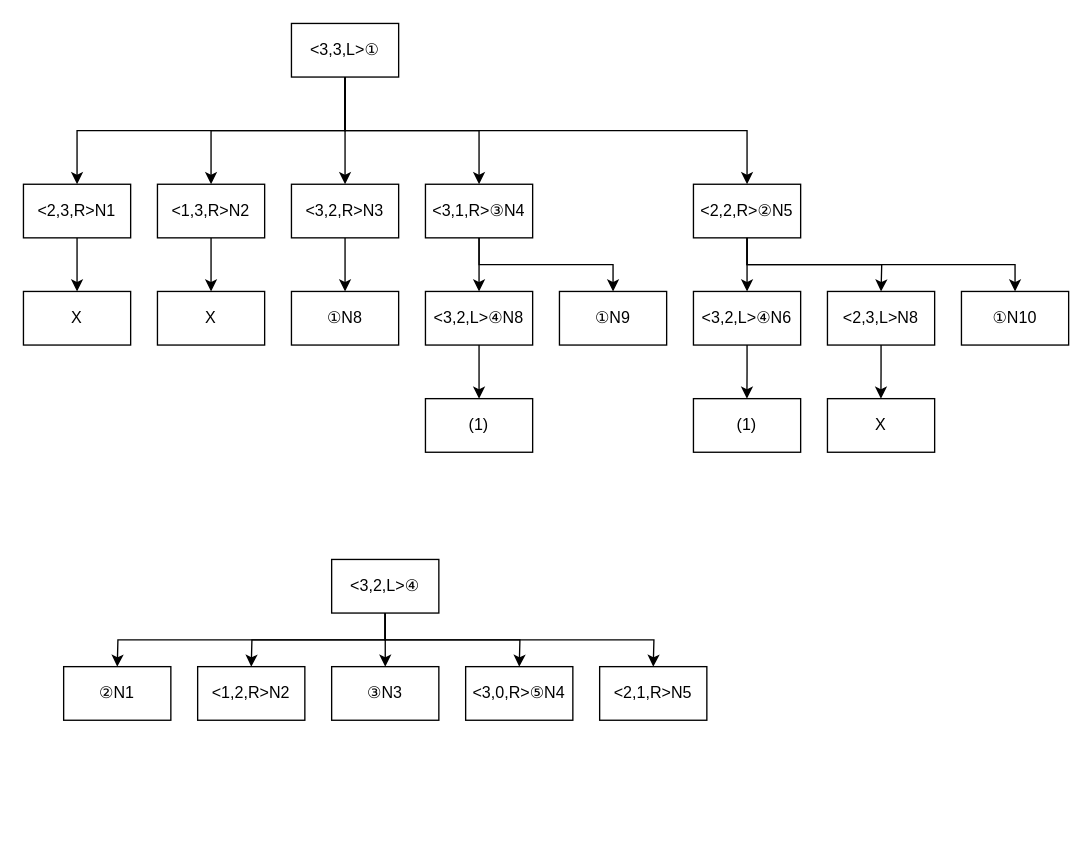
Above: ninchiMCproblemTree.drawio in shgnaka/PokemonZA (draw.io), before the change. Source tidied: cells renumbered, new cells numbered last; positions are measured from the earlier drawing's top-left corner, leaving out a move shared by most shapes. Both pictures are drawn from the tidied source at 134%, with x=0, y=0 at pixel (23, 23).
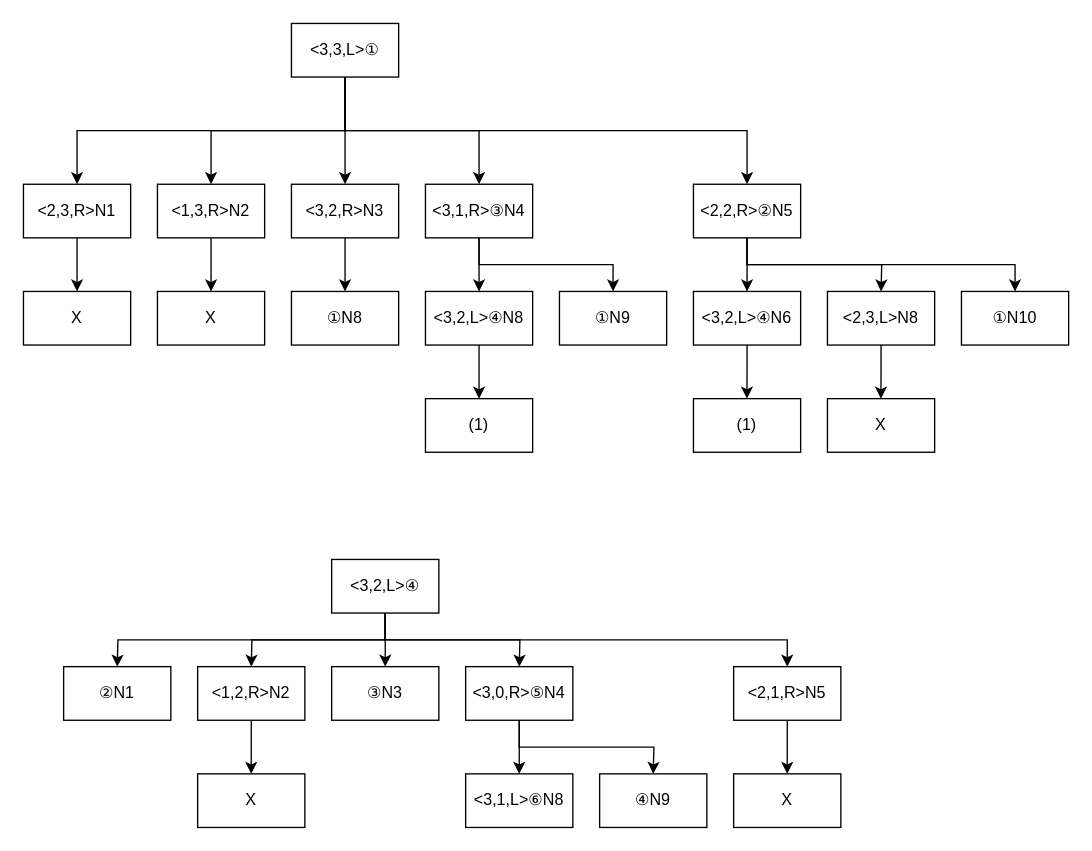
The same diagram, later.

Commit message:
MC問題樹形図第5層完了

Unchanged cells that the change refers to:
```xml
<mxCell id="40" value="&amp;lt;3,2,L&amp;gt;④" style="whiteSpace=wrap;html=1;" parent="1" vertex="1">
  <mxGeometry x="230" y="400" width="80" height="40" as="geometry" />
</mxCell>
<mxCell id="42" value="&amp;lt;1,2,R&amp;gt;N2" style="whiteSpace=wrap;html=1;" parent="1" vertex="1">
  <mxGeometry x="130" y="480" width="80" height="40" as="geometry" />
</mxCell>
<mxCell id="44" value="&amp;lt;3,0,R&amp;gt;⑤N4" style="whiteSpace=wrap;html=1;" parent="1" vertex="1">
  <mxGeometry x="330" y="480" width="80" height="40" as="geometry" />
</mxCell>
```

Diff of the diagram source:
```diff
@@
-    <mxCell id="39" style="edgeStyle=orthogonalEdgeStyle;rounded=0;jettySize=auto;html=1;exitX=0.5;exitY=1;exitDx=0;exitDy=0;" parent="1" edge="1" source="40">
-      <mxGeometry relative="1" as="geometry">
-        <mxPoint x="470" y="480" as="targetPoint" />
-      </mxGeometry>
+    <mxCell id="39" style="edgeStyle=orthogonalEdgeStyle;rounded=0;jettySize=auto;html=1;exitX=0.5;exitY=1;exitDx=0;exitDy=0;entryX=0.5;entryY=0;entryDx=0;entryDy=0;" parent="1" edge="1" source="40" target="45">
+      <mxGeometry relative="1" as="geometry" />
     </mxCell>
@@
+    <mxCell id="46" style="edgeStyle=orthogonalEdgeStyle;rounded=0;jettySize=auto;html=1;exitX=0.5;exitY=1;exitDx=0;exitDy=0;" parent="1" edge="1" source="42">
+      <mxGeometry relative="1" as="geometry">
+        <mxPoint x="170" y="560" as="targetPoint" />
+      </mxGeometry>
+    </mxCell>
@@
+    <mxCell id="47" style="edgeStyle=orthogonalEdgeStyle;rounded=0;jettySize=auto;html=1;exitX=0.5;exitY=1;exitDx=0;exitDy=0;" parent="1" edge="1" source="44">
+      <mxGeometry relative="1" as="geometry">
+        <mxPoint x="370" y="560" as="targetPoint" />
+      </mxGeometry>
+    </mxCell>
+    <mxCell id="48" style="edgeStyle=orthogonalEdgeStyle;rounded=0;jettySize=auto;html=1;exitX=0.5;exitY=1;exitDx=0;exitDy=0;" parent="1" edge="1" source="44">
+      <mxGeometry relative="1" as="geometry">
+        <mxPoint x="470" y="560" as="targetPoint" />
+      </mxGeometry>
+    </mxCell>
@@
+    <mxCell id="49" style="edgeStyle=orthogonalEdgeStyle;rounded=0;jettySize=auto;html=1;exitX=0.5;exitY=1;exitDx=0;exitDy=0;" parent="1" edge="1" source="45">
+      <mxGeometry relative="1" as="geometry">
+        <mxPoint x="570" y="560" as="targetPoint" />
+      </mxGeometry>
+    </mxCell>
     <mxCell id="45" value="&amp;lt;2,1,R&amp;gt;N5" style="whiteSpace=wrap;html=1;" parent="1" vertex="1">
-      <mxGeometry x="430" y="480" width="80" height="40" as="geometry" />
+      <mxGeometry x="530" y="480" width="80" height="40" as="geometry" />
     </mxCell>
+    <mxCell id="50" value="X" style="whiteSpace=wrap;html=1;" parent="1" vertex="1">
+      <mxGeometry x="130" y="560" width="80" height="40" as="geometry" />
+    </mxCell>
+    <mxCell id="51" value="&amp;lt;3,1,L&amp;gt;⑥N8" style="whiteSpace=wrap;html=1;" parent="1" vertex="1">
+      <mxGeometry x="330" y="560" width="80" height="40" as="geometry" />
+    </mxCell>
+    <mxCell id="52" value="④N9" style="whiteSpace=wrap;html=1;" parent="1" vertex="1">
+      <mxGeometry x="430" y="560" width="80" height="40" as="geometry" />
+    </mxCell>
+    <mxCell id="53" value="X" style="whiteSpace=wrap;html=1;" parent="1" vertex="1">
+      <mxGeometry x="530" y="560" width="80" height="40" as="geometry" />
+    </mxCell>
```
